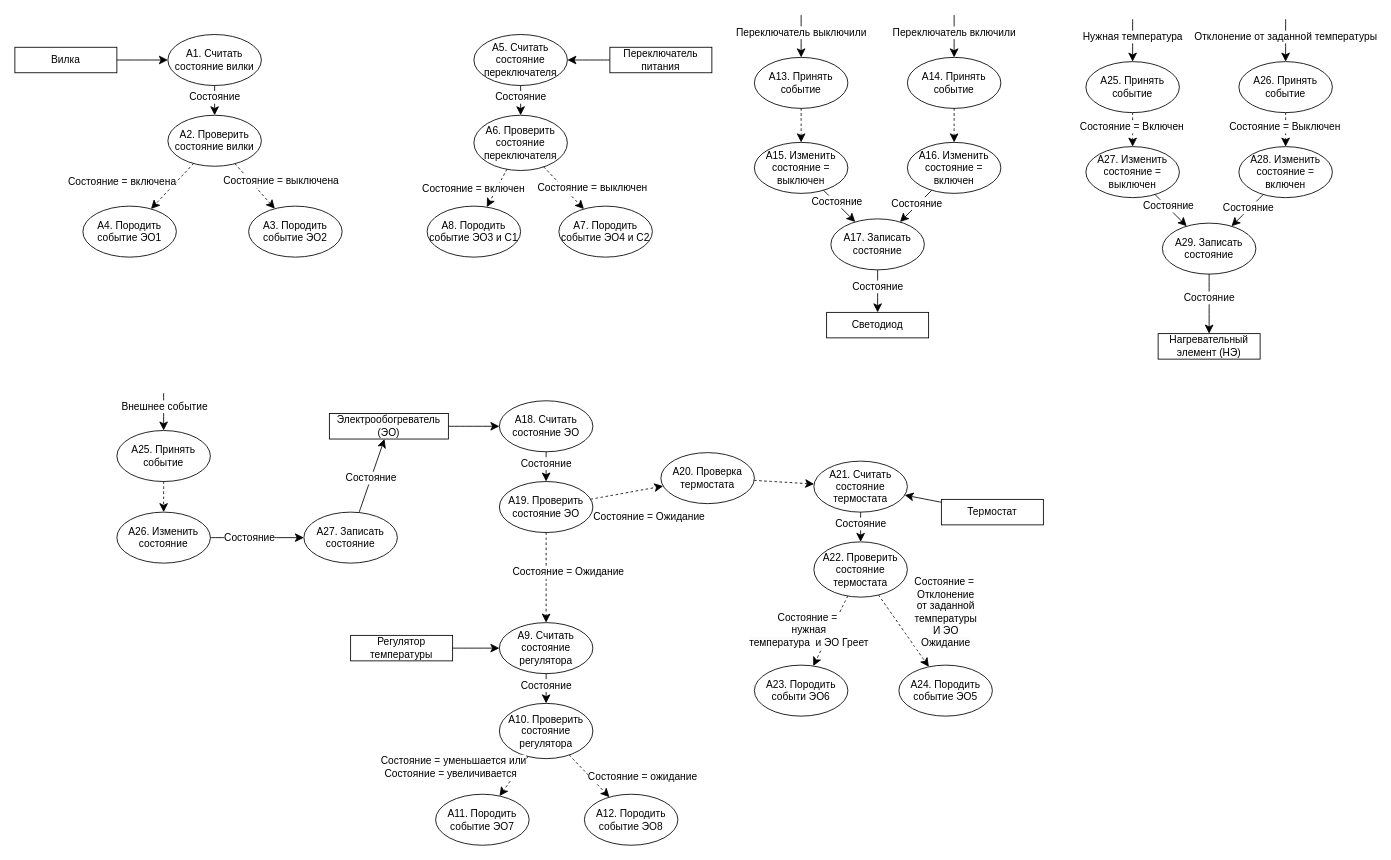
This is page "ДПДД" (5 of 5) of OOP/lab_05/lab_05.drawio from SerPan23/BMSTU_SEM_4, a draw.io file, before an edit. Source tidied: cells renumbered, new cells numbered last; positions are measured from the earlier drawing's top-left corner, leaving out a move shared by most shapes. Both pictures are drawn from the tidied source at 85%, with x=0, y=0 at pixel (14, 14).
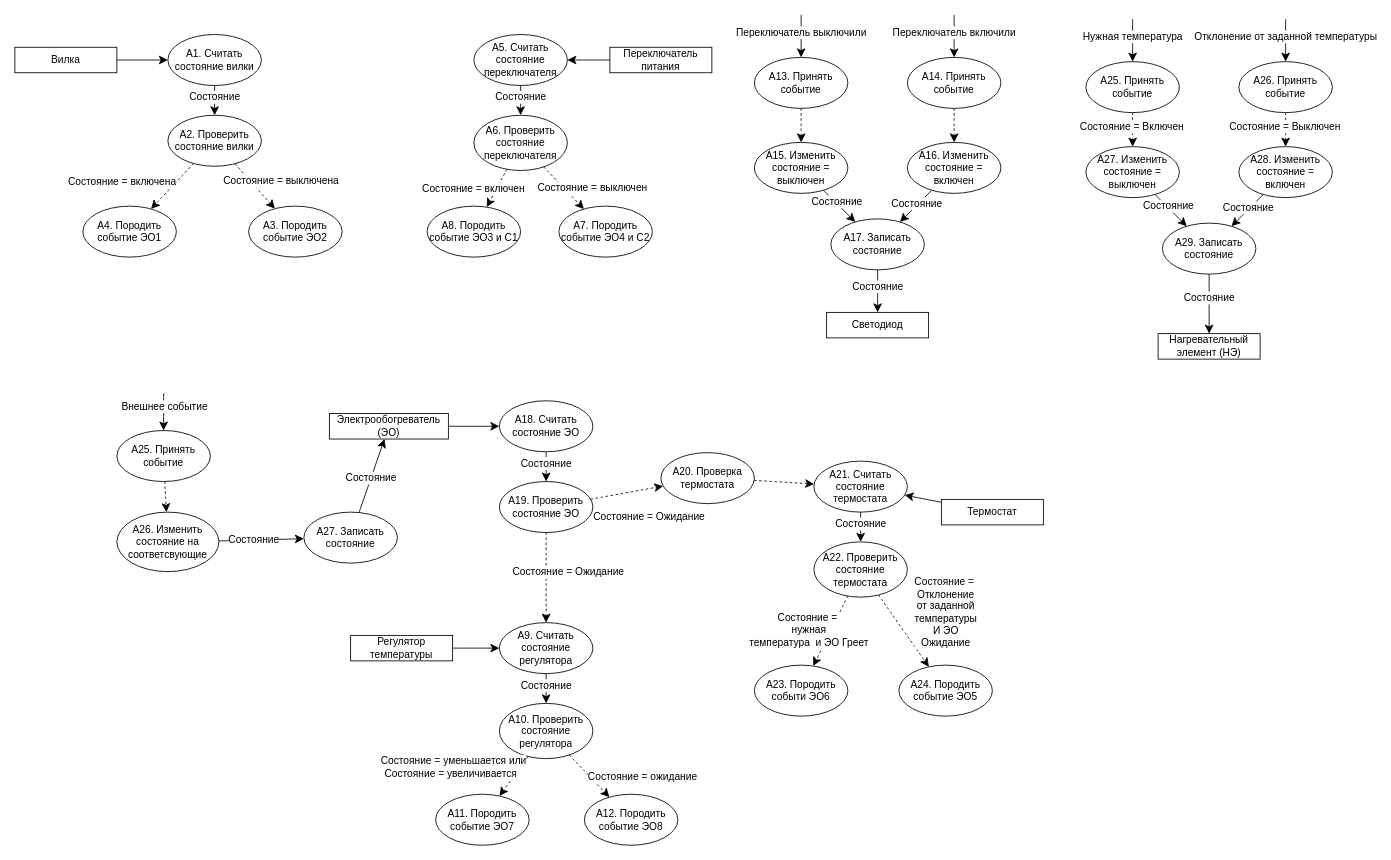
The same diagram, later.

Change to the diagram source:
```diff
@@
-    <mxCell id="101" value="А26. Изменить состояние" style="ellipse;whiteSpace=wrap;html=1;" parent="1" vertex="1">
-      <mxGeometry x="120" y="585" width="110" height="60" as="geometry" />
+    <mxCell id="101" value="А26. Изменить состояние на соответсвующие" style="ellipse;whiteSpace=wrap;html=1;" parent="1" vertex="1">
+      <mxGeometry x="120" y="585" width="120" height="70" as="geometry" />
     </mxCell>
```
